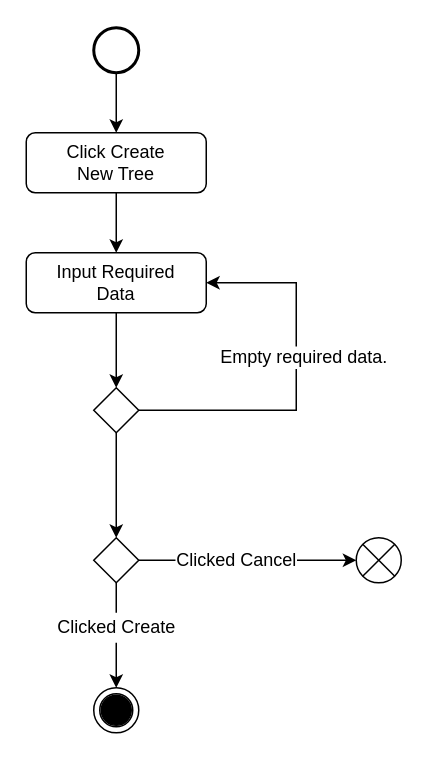
The draw.io diagram Documents/Design Document/activity diagrams/create_activity_diagram.drawio in ozanyucell/SE302-Team9, before the edit. Source tidied: cells renumbered, new cells numbered last; positions are measured from the earlier drawing's top-left corner, leaving out a move shared by most shapes. Both pictures are drawn from the tidied source at 150%, with x=0, y=0 at pixel (26, 27).
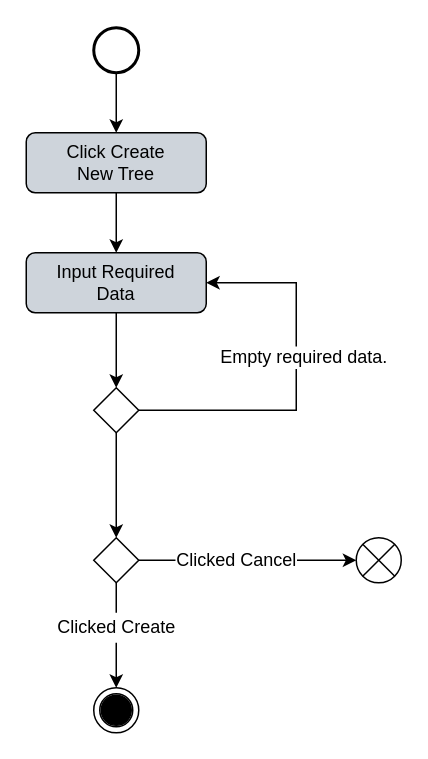
Above is the later version.

Commit message (it also covers changes not shown here):
coloured activity diagrams

Diff of the diagram source:
```diff
@@
-    <mxCell id="4" value="&lt;div&gt;Click Create&lt;/div&gt;&lt;div&gt;New Tree&lt;/div&gt;" style="rounded=1;whiteSpace=wrap;html=1;fontSize=12;glass=0;strokeWidth=1;shadow=0;" parent="1" vertex="1">
+    <mxCell id="4" value="&lt;div&gt;Click Create&lt;/div&gt;&lt;div&gt;New Tree&lt;/div&gt;" style="rounded=1;whiteSpace=wrap;html=1;fontSize=12;glass=0;strokeWidth=1;shadow=0;fillColor=#ced4db;" parent="1" vertex="1">
       <mxGeometry y="70" width="120" height="40" as="geometry" />
     </mxCell>
@@
-    <mxCell id="12" value="&lt;div&gt;Input Required&lt;/div&gt;&lt;div&gt;Data&lt;/div&gt;" style="rounded=1;whiteSpace=wrap;html=1;fontSize=12;glass=0;strokeWidth=1;shadow=0;" parent="1" vertex="1">
+    <mxCell id="12" value="&lt;div&gt;Input Required&lt;/div&gt;&lt;div&gt;Data&lt;/div&gt;" style="rounded=1;whiteSpace=wrap;html=1;fontSize=12;glass=0;strokeWidth=1;shadow=0;fillColor=#ced4db;" parent="1" vertex="1">
       <mxGeometry y="150" width="120" height="40" as="geometry" />
     </mxCell>
```
